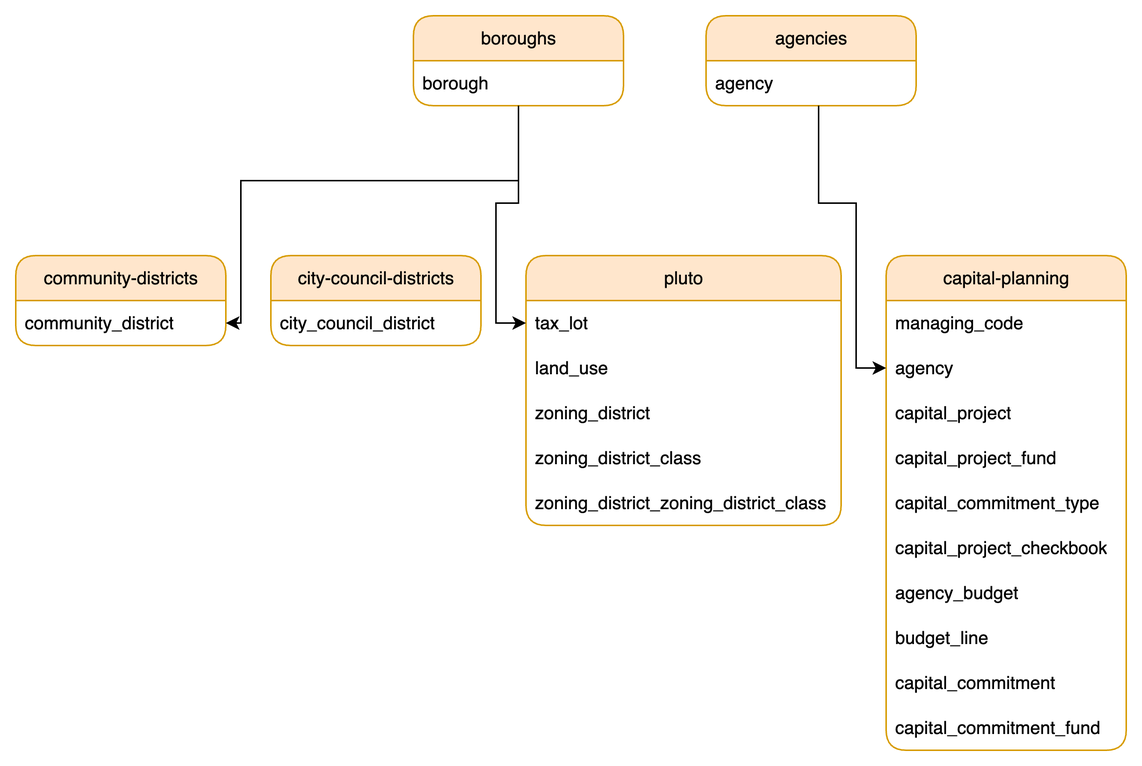
Earlier version of the draw.io export documentation/diagrams/build_table_relationship.drawio.png (NYCPlanning/ae-data-flow). Source tidied: cells renumbered, new cells last; positions are measured from the earlier drawing's top-left corner, leaving out a move shared by most shapes.
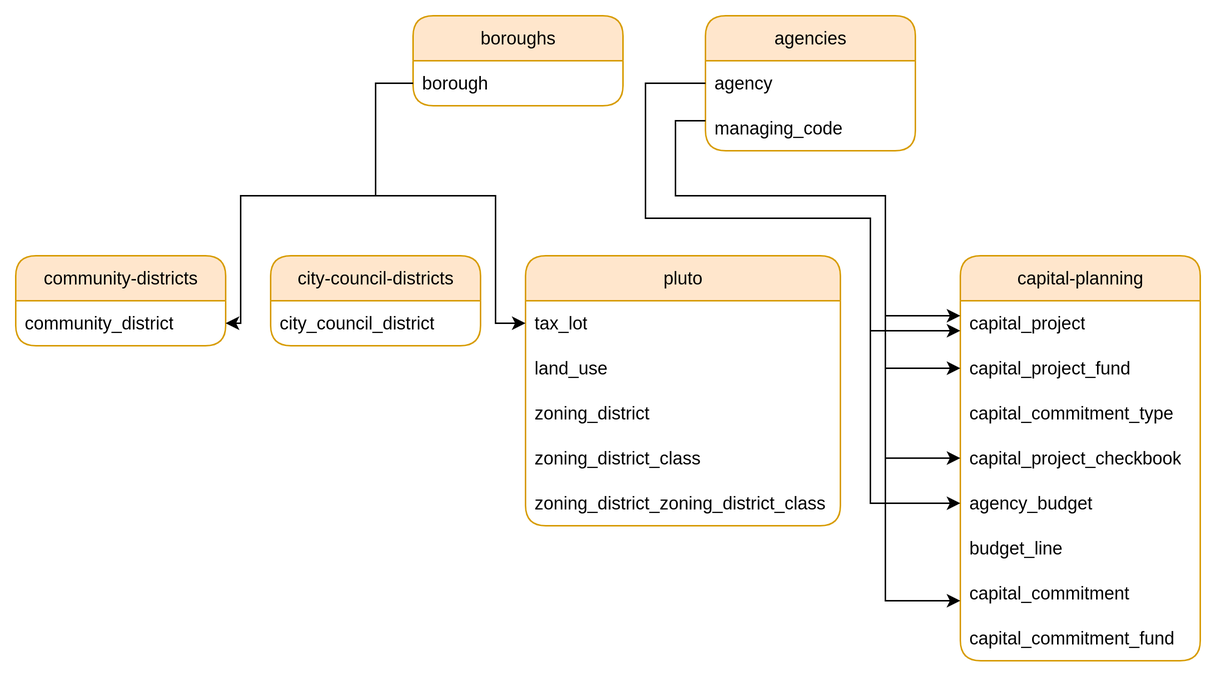
The same file after the commit.

Commit message:
Move managing code to agencies build

What changed in the source:
```diff
@@ -39,71 +39,120 @@
       <mxGeometry y="150" width="210" height="30" as="geometry" />
     </mxCell>
     <mxCell id="14" value="capital-planning" style="swimlane;fontStyle=0;horizontal=1;startSize=30;whiteSpace=wrap;html=1;rounded=1;fillColor=#ffe6cc;strokeColor=#d79b00;" parent="1" vertex="1">
-      <mxGeometry x="580" y="160" width="160" height="330" as="geometry" />
+      <mxGeometry x="630" y="160" width="160" height="270" as="geometry" />
     </mxCell>
-    <mxCell id="15" value="managing_code" style="text;strokeColor=none;fillColor=none;align=left;verticalAlign=middle;spacingLeft=4;spacingRight=4;overflow=hidden;points=[[0,0.5],[1,0.5]];portConstraint=eastwest;whiteSpace=wrap;html=1;" parent="14" vertex="1">
-      <mxGeometry y="30" width="160" height="30" as="geometry" />
-    </mxCell>
-    <mxCell id="16" value="agency" style="text;strokeColor=none;fillColor=none;align=left;verticalAlign=middle;spacingLeft=4;spacingRight=4;overflow=hidden;points=[[0,0.5],[1,0.5]];portConstraint=eastwest;whiteSpace=wrap;html=1;" parent="14" vertex="1">
-      <mxGeometry y="60" width="160" height="30" as="geometry" />
-    </mxCell>
     <mxCell id="17" value="capital_project" style="text;strokeColor=none;fillColor=none;align=left;verticalAlign=middle;spacingLeft=4;spacingRight=4;overflow=hidden;whiteSpace=wrap;html=1;" parent="14" vertex="1">
-      <mxGeometry y="90" width="160" height="30" as="geometry" />
+      <mxGeometry y="30" width="160" height="30" as="geometry" />
     </mxCell>
     <mxCell id="18" value="capital_project_fund" style="text;strokeColor=none;fillColor=none;align=left;verticalAlign=middle;spacingLeft=4;spacingRight=4;overflow=hidden;whiteSpace=wrap;html=1;" parent="14" vertex="1">
-      <mxGeometry y="120" width="160" height="30" as="geometry" />
+      <mxGeometry y="60" width="160" height="30" as="geometry" />
     </mxCell>
     <mxCell id="19" value="capital_commitment_type" style="text;strokeColor=none;fillColor=none;align=left;verticalAlign=middle;spacingLeft=4;spacingRight=4;overflow=hidden;whiteSpace=wrap;html=1;" parent="14" vertex="1">
-      <mxGeometry y="150" width="160" height="30" as="geometry" />
+      <mxGeometry y="90" width="160" height="30" as="geometry" />
     </mxCell>
     <mxCell id="20" value="capital_project_checkbook" style="text;strokeColor=none;fillColor=none;align=left;verticalAlign=middle;spacingLeft=4;spacingRight=4;overflow=hidden;whiteSpace=wrap;html=1;" parent="14" vertex="1">
-      <mxGeometry y="180" width="160" height="30" as="geometry" />
+      <mxGeometry y="120" width="160" height="30" as="geometry" />
     </mxCell>
     <mxCell id="21" value="agency_budget" style="text;strokeColor=none;fillColor=none;align=left;verticalAlign=middle;spacingLeft=4;spacingRight=4;overflow=hidden;points=[[0,0.5],[1,0.5]];portConstraint=eastwest;whiteSpace=wrap;html=1;" parent="14" vertex="1">
-      <mxGeometry y="210" width="160" height="30" as="geometry" />
+      <mxGeometry y="150" width="160" height="30" as="geometry" />
     </mxCell>
     <mxCell id="22" value="budget_line" style="text;strokeColor=none;fillColor=none;align=left;verticalAlign=middle;spacingLeft=4;spacingRight=4;overflow=hidden;whiteSpace=wrap;html=1;" parent="14" vertex="1">
-      <mxGeometry y="240" width="160" height="30" as="geometry" />
+      <mxGeometry y="180" width="160" height="30" as="geometry" />
     </mxCell>
     <mxCell id="23" value="capital_commitment" style="text;strokeColor=none;fillColor=none;align=left;verticalAlign=middle;spacingLeft=4;spacingRight=4;overflow=hidden;whiteSpace=wrap;html=1;" parent="14" vertex="1">
-      <mxGeometry y="270" width="160" height="30" as="geometry" />
+      <mxGeometry y="210" width="160" height="30" as="geometry" />
     </mxCell>
     <mxCell id="24" value="capital_commitment_fund" style="text;strokeColor=none;fillColor=none;align=left;verticalAlign=middle;spacingLeft=4;spacingRight=4;overflow=hidden;whiteSpace=wrap;html=1;" parent="14" vertex="1">
-      <mxGeometry y="300" width="160" height="30" as="geometry" />
+      <mxGeometry y="240" width="160" height="30" as="geometry" />
     </mxCell>
-    <mxCell id="25" style="edgeStyle=orthogonalEdgeStyle;rounded=0;jettySize=auto;html=1;exitX=0.5;exitY=1;exitDx=0;exitDy=0;exitPerimeter=0;" parent="1" edge="1" source="3" target="5">
+    <mxCell id="25" style="edgeStyle=orthogonalEdgeStyle;rounded=0;jettySize=auto;html=1;" parent="1" edge="1" target="5">
       <mxGeometry relative="1" as="geometry">
+        <mxPoint x="240" y="120" as="sourcePoint" />
         <Array as="points">
-          <mxPoint x="335" y="110" />
-          <mxPoint x="150" y="110" />
+          <mxPoint x="150" y="120" />
           <mxPoint x="150" y="205" />
         </Array>
       </mxGeometry>
     </mxCell>
-    <mxCell id="26" style="edgeStyle=orthogonalEdgeStyle;rounded=0;jettySize=auto;html=1;exitX=0.5;exitY=1;exitDx=0;exitDy=0;exitPerimeter=0;" parent="1" edge="1" source="3" target="9">
+    <mxCell id="26" style="edgeStyle=orthogonalEdgeStyle;rounded=0;jettySize=auto;html=1;exitX=0;exitY=0.5;exitDx=0;exitDy=0;exitPerimeter=0;" parent="1" edge="1" source="3" target="9">
       <mxGeometry relative="1" as="geometry">
         <Array as="points">
-          <mxPoint x="335" y="125" />
-          <mxPoint x="320" y="125" />
+          <mxPoint x="240" y="45" />
+          <mxPoint x="240" y="120" />
+          <mxPoint x="320" y="120" />
           <mxPoint x="320" y="205" />
         </Array>
       </mxGeometry>
     </mxCell>
     <mxCell id="27" value="agencies" style="swimlane;fontStyle=0;horizontal=1;startSize=30;whiteSpace=wrap;html=1;fillColor=#ffe6cc;strokeColor=#d79b00;rounded=1;" parent="1" vertex="1">
-      <mxGeometry x="460" width="140" height="60" as="geometry" />
+      <mxGeometry x="460" width="140" height="90" as="geometry" />
     </mxCell>
     <mxCell id="28" value="agency" style="text;strokeColor=none;fillColor=none;align=left;verticalAlign=middle;spacingLeft=4;spacingRight=4;overflow=hidden;points=[[0,0.5,0,0,0],[0.5,1,0,0,0],[1,0.5,0,0,0]];portConstraint=eastwest;whiteSpace=wrap;html=1;" parent="27" vertex="1">
       <mxGeometry y="30" width="140" height="30" as="geometry" />
     </mxCell>
-    <mxCell id="29" style="edgeStyle=orthogonalEdgeStyle;rounded=0;jettySize=auto;html=1;exitX=0.5;exitY=1;exitDx=0;exitDy=0;exitPerimeter=0;entryX=0;entryY=0.5;entryDx=0;entryDy=0;" parent="1" edge="1" target="16">
-      <mxGeometry relative="1" as="geometry">
-        <mxPoint x="535" y="60" as="sourcePoint" />
-        <Array as="points">
-          <mxPoint x="535" y="125" />
-          <mxPoint x="560" y="125" />
-          <mxPoint x="560" y="235" />
-        </Array>
-      </mxGeometry>
-    </mxCell>
+    <mxCell id="15" value="managing_code" style="text;strokeColor=none;fillColor=none;align=left;verticalAlign=middle;spacingLeft=4;spacingRight=4;overflow=hidden;points=[[0,0.5],[1,0.5]];portConstraint=eastwest;whiteSpace=wrap;html=1;" parent="27" vertex="1">
+      <mxGeometry y="60" width="140" height="30" as="geometry" />
+    </mxCell>
+    <mxCell id="30" style="edgeStyle=orthogonalEdgeStyle;rounded=0;jettySize=auto;html=1;exitX=0;exitY=0.333;exitDx=0;exitDy=0;exitPerimeter=0;strokeColor=light-dark(#000000,#CCE5FF);" parent="1" edge="1" source="15">
+      <mxGeometry relative="1" as="geometry">
+        <mxPoint x="630" y="390" as="targetPoint" />
+        <Array as="points">
+          <mxPoint x="440" y="70" />
+          <mxPoint x="440" y="120" />
+          <mxPoint x="580" y="120" />
+          <mxPoint x="580" y="390" />
+        </Array>
+      </mxGeometry>
+    </mxCell>
+    <mxCell id="31" style="edgeStyle=orthogonalEdgeStyle;rounded=0;jettySize=auto;html=1;entryX=0;entryY=0.5;entryDx=0;entryDy=0;exitX=0;exitY=0.5;exitDx=0;exitDy=0;exitPerimeter=0;strokeColor=light-dark(#000000,#CCFFCC);" parent="1" edge="1" source="28" target="21">
+      <mxGeometry relative="1" as="geometry">
+        <Array as="points">
+          <mxPoint x="420" y="45" />
+          <mxPoint x="420" y="135" />
+          <mxPoint x="570" y="135" />
+          <mxPoint x="570" y="325" />
+        </Array>
+      </mxGeometry>
+    </mxCell>
+    <mxCell id="32" style="edgeStyle=orthogonalEdgeStyle;rounded=0;orthogonalLoop=1;jettySize=auto;html=1;strokeColor=light-dark(#000000,#CCFFCC);" parent="1" edge="1">
+      <mxGeometry relative="1" as="geometry">
+        <mxPoint x="570" y="210" as="sourcePoint" />
+        <mxPoint x="630" y="210" as="targetPoint" />
+        <Array as="points">
+          <mxPoint x="610" y="210" />
+          <mxPoint x="610" y="210" />
+        </Array>
+      </mxGeometry>
+    </mxCell>
+    <mxCell id="33" style="edgeStyle=orthogonalEdgeStyle;rounded=0;orthogonalLoop=1;jettySize=auto;html=1;strokeColor=light-dark(#000000,#CCE5FF);" parent="1" edge="1">
+      <mxGeometry relative="1" as="geometry">
+        <mxPoint x="580" y="200" as="sourcePoint" />
+        <mxPoint x="630" y="200" as="targetPoint" />
+        <Array as="points">
+          <mxPoint x="610" y="200" />
+          <mxPoint x="610" y="200" />
+        </Array>
+      </mxGeometry>
+    </mxCell>
+    <mxCell id="34" style="edgeStyle=orthogonalEdgeStyle;rounded=0;orthogonalLoop=1;jettySize=auto;html=1;strokeColor=light-dark(#000000,#CCE5FF);" parent="1" edge="1">
+      <mxGeometry relative="1" as="geometry">
+        <mxPoint x="580" y="235" as="sourcePoint" />
+        <mxPoint x="630" y="235" as="targetPoint" />
+        <Array as="points">
+          <mxPoint x="610" y="235" />
+          <mxPoint x="610" y="235" />
+        </Array>
+      </mxGeometry>
+    </mxCell>
+    <mxCell id="35" style="edgeStyle=orthogonalEdgeStyle;rounded=0;orthogonalLoop=1;jettySize=auto;html=1;strokeColor=light-dark(#000000,#CCE5FF);" parent="1" edge="1">
+      <mxGeometry relative="1" as="geometry">
+        <mxPoint x="580" y="294.9" as="sourcePoint" />
+        <mxPoint x="630" y="294.9" as="targetPoint" />
+        <Array as="points">
+          <mxPoint x="610" y="294.9" />
+          <mxPoint x="610" y="294.9" />
+        </Array>
+      </mxGeometry>
+    </mxCell>
   </root>
 </mxGraphModel>
```
